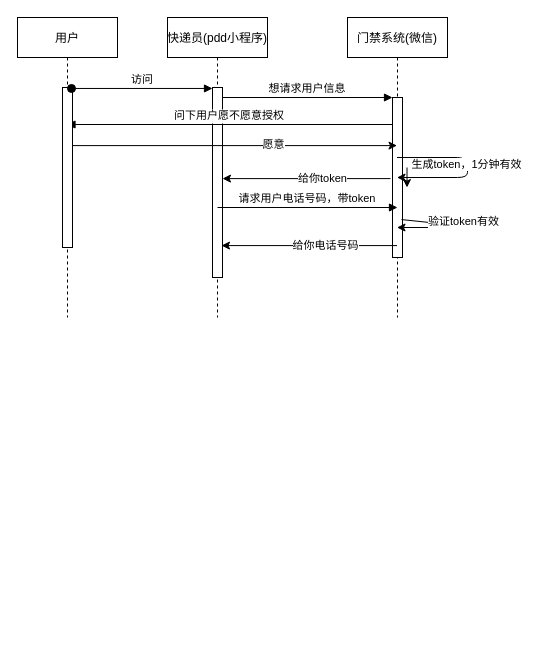
The draw.io diagram 未命名绘图.drawio in SteveWongBUAA/diagrams, before the edit. Source tidied: cells renumbered, new cells numbered last; positions are measured from the earlier drawing's top-left corner, leaving out a move shared by most shapes. Both pictures are drawn from the tidied source at 100%, with x=0, y=0 at pixel (17, 17).
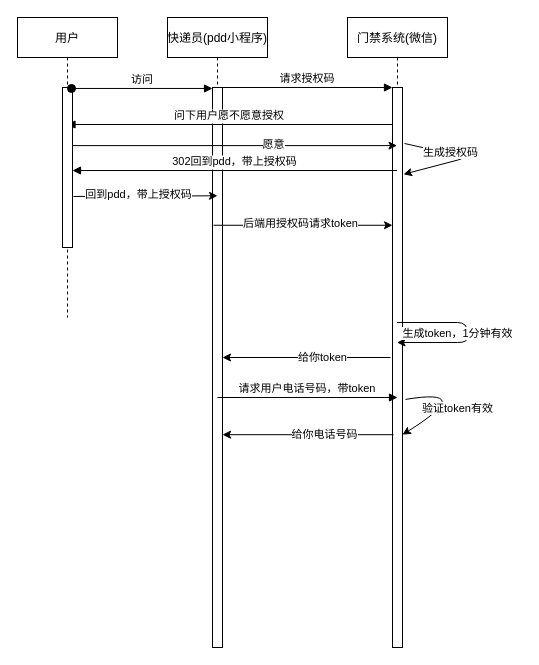
The same diagram, later.

Commit message:
更新未命名绘图.drawio

Unchanged cells that the change refers to:
```xml
<mxCell id="11" style="points=[];perimeter=orthogonalPerimeter;rounded=0;shadow=0;strokeWidth=1;" parent="10" vertex="1">
  <mxGeometry x="45" y="70" width="10" height="160" as="geometry" />
</mxCell>
<mxCell id="17" style="endArrow=classic;html=1;" parent="1" edge="1" source="4" target="4">
  <mxGeometry relative="1" as="geometry" />
</mxCell>
```

What changed in the source:
```diff
@@
     <mxCell id="2" value="快递员(pdd小程序)" style="shape=umlLifeline;perimeter=lifelinePerimeter;rounded=0;shadow=0;strokeWidth=1;" parent="1" vertex="1">
-      <mxGeometry x="150" width="100" height="300" as="geometry" />
+      <mxGeometry x="150" width="100" height="630" as="geometry" />
     </mxCell>
     <mxCell id="3" style="points=[];perimeter=orthogonalPerimeter;rounded=0;shadow=0;strokeWidth=1;" parent="2" vertex="1">
-      <mxGeometry x="45" y="70" width="10" height="190" as="geometry" />
+      <mxGeometry x="45" y="70" width="10" height="560" as="geometry" />
     </mxCell>
     <mxCell id="4" value="门禁系统(微信)" style="shape=umlLifeline;perimeter=lifelinePerimeter;rounded=0;shadow=0;strokeWidth=1;" parent="1" vertex="1">
-      <mxGeometry x="330" width="100" height="300" as="geometry" />
+      <mxGeometry x="330" width="100" height="630" as="geometry" />
     </mxCell>
     <mxCell id="5" style="points=[];perimeter=orthogonalPerimeter;rounded=0;shadow=0;strokeWidth=1;" parent="4" vertex="1">
-      <mxGeometry x="45" y="80" width="10" height="160" as="geometry" />
+      <mxGeometry x="45" y="70" width="10" height="560" as="geometry" />
     </mxCell>
-    <mxCell id="6" style="endArrow=classic;html=1;exitX=0.9;exitY=0.763;exitDx=0;exitDy=0;exitPerimeter=0;" parent="4" edge="1" source="5" target="4">
+    <mxCell id="6" style="endArrow=classic;html=1;exitX=1.3;exitY=0.557;exitDx=0;exitDy=0;exitPerimeter=0;entryX=1;entryY=0.62;entryDx=0;entryDy=0;entryPerimeter=0;edgeStyle=orthogonalEdgeStyle;curved=1;" parent="4" edge="1" source="5" target="5">
       <mxGeometry relative="1" as="geometry">
         <Array as="points">
-          <mxPoint x="130" y="210" />
+          <mxPoint x="130" y="370" />
         </Array>
       </mxGeometry>
     </mxCell>
     <mxCell id="7" value="验证token有效" style="edgeLabel;html=1;align=center;verticalAlign=middle;" parent="6" vertex="1">
       <mxGeometry x="-0.14" y="-6" relative="1" as="geometry">
-        <mxPoint x="-4.4" y="-11.2" as="offset" />
+        <mxPoint x="-18" y="13.6" as="offset" />
       </mxGeometry>
     </mxCell>
+    <mxCell id="23" style="endArrow=classic;html=1;exitX=1.2;exitY=0.1;exitDx=0;exitDy=0;exitPerimeter=0;entryX=1.1;entryY=0.155;entryDx=0;entryDy=0;entryPerimeter=0;" parent="4" edge="1" source="5" target="5">
+      <mxGeometry relative="1" as="geometry">
+        <Array as="points">
+          <mxPoint x="120" y="140" />
+        </Array>
+      </mxGeometry>
+    </mxCell>
+    <mxCell id="24" value="生成授权码" style="edgeLabel;html=1;align=center;verticalAlign=middle;" parent="23" vertex="1">
+      <mxGeometry x="-0.29" y="2" relative="1" as="geometry" />
+    </mxCell>
-    <mxCell id="8" value="想请求用户信息" style="verticalAlign=bottom;endArrow=block;entryX=0;entryY=0;shadow=0;strokeWidth=1;" parent="1" edge="1" source="3" target="5">
+    <mxCell id="8" value="请求授权码" style="verticalAlign=bottom;endArrow=block;entryX=0;entryY=0;shadow=0;strokeWidth=1;" parent="1" edge="1" source="3" target="5">
       <mxGeometry relative="1" as="geometry" />
     </mxCell>
@@
     <mxCell id="15" style="endArrow=classic;html=1;entryX=1;entryY=0.632;entryDx=0;entryDy=0;entryPerimeter=0;exitX=-0.2;exitY=0.688;exitDx=0;exitDy=0;exitPerimeter=0;" parent="1" edge="1">
       <mxGeometry relative="1" as="geometry">
-        <mxPoint x="373" y="161.1" as="sourcePoint" />
-        <mxPoint x="205" y="161.1" as="targetPoint" />
+        <mxPoint x="373" y="340" as="sourcePoint" />
+        <mxPoint x="205" y="340" as="targetPoint" />
       </mxGeometry>
     </mxCell>
@@
     <mxCell id="18" value="生成token，1分钟有效" style="edgeLabel;html=1;align=center;verticalAlign=middle;" parent="17" vertex="1">
-      <mxGeometry x="-0.14" y="-6" relative="1" as="geometry" />
+      <mxGeometry x="-0.14" y="-6" relative="1" as="geometry">
+        <mxPoint x="-9.5" y="4" as="offset" />
+      </mxGeometry>
     </mxCell>
     <mxCell id="19" value="请求用户电话号码，带token" style="verticalAlign=bottom;endArrow=block;entryX=0;entryY=0;shadow=0;strokeWidth=1;" parent="1" edge="1">
       <mxGeometry relative="1" as="geometry">
-        <mxPoint x="200" y="190" as="sourcePoint" />
-        <mxPoint x="380" y="190" as="targetPoint" />
+        <mxPoint x="200" y="380" as="sourcePoint" />
+        <mxPoint x="380" y="380" as="targetPoint" />
       </mxGeometry>
     </mxCell>
-    <mxCell id="20" style="endArrow=classic;html=1;" parent="1" edge="1">
-      <mxGeometry relative="1" as="geometry">
-        <mxPoint x="389.5" y="150" as="sourcePoint" />
-        <mxPoint x="389.5" y="170" as="targetPoint" />
-      </mxGeometry>
-    </mxCell>
-    <mxCell id="21" style="endArrow=classic;html=1;entryX=0.9;entryY=0.832;entryDx=0;entryDy=0;entryPerimeter=0;" parent="1" edge="1" source="4" target="3">
+    <mxCell id="21" style="endArrow=classic;html=1;exitX=0.1;exitY=0.62;exitDx=0;exitDy=0;exitPerimeter=0;" parent="1" edge="1" source="5" target="3">
       <mxGeometry relative="1" as="geometry" />
     </mxCell>
@@
+    <mxCell id="25" value="302回到pdd，带上授权码" style="verticalAlign=bottom;endArrow=block;shadow=0;strokeWidth=1;entryX=1;entryY=0.519;entryDx=0;entryDy=0;entryPerimeter=0;" parent="1" edge="1" source="4" target="11">
+      <mxGeometry relative="1" as="geometry" />
+    </mxCell>
+    <mxCell id="26" style="endArrow=classic;html=1;exitX=1.1;exitY=0.681;exitDx=0;exitDy=0;exitPerimeter=0;entryX=0.5;entryY=0.283;entryDx=0;entryDy=0;entryPerimeter=0;" parent="1" edge="1" source="11" target="2">
+      <mxGeometry relative="1" as="geometry" />
+    </mxCell>
+    <mxCell id="27" value="回到pdd，带上授权码" style="edgeLabel;html=1;align=center;verticalAlign=middle;" parent="26" vertex="1">
+      <mxGeometry x="0.23" y="2" relative="1" as="geometry">
+        <mxPoint x="-24" as="offset" />
+      </mxGeometry>
+    </mxCell>
+    <mxCell id="28" style="endArrow=classic;html=1;exitX=0.1;exitY=0.246;exitDx=0;exitDy=0;exitPerimeter=0;entryX=0;entryY=0.246;entryDx=0;entryDy=0;entryPerimeter=0;" parent="1" edge="1" source="3" target="5">
+      <mxGeometry relative="1" as="geometry" />
+    </mxCell>
+    <mxCell id="29" value="后端用授权码请求token" style="edgeLabel;html=1;align=center;verticalAlign=middle;" parent="28" vertex="1">
+      <mxGeometry x="0.23" y="2" relative="1" as="geometry">
+        <mxPoint x="-24" as="offset" />
+      </mxGeometry>
+    </mxCell>
```
